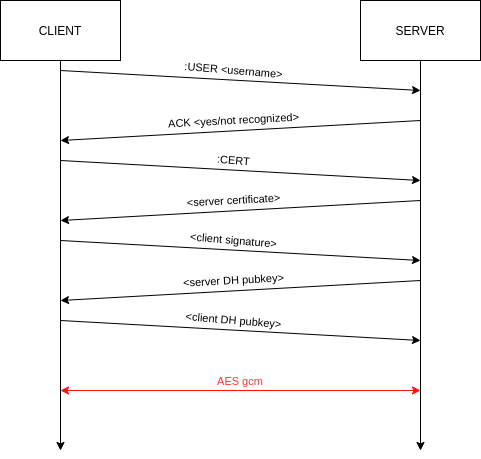
Above: pics/overview.png in matteodefra/Focproject (draw.io), before the change. Source tidied: cells renumbered, new cells last; positions are measured from the earlier drawing's top-left corner, leaving out a move shared by most shapes. Its diagram source:
```xml
<mxGraphModel background="#ffffff">
  <root>
    <mxCell id="0" />
    <mxCell id="1" parent="0" />
    <mxCell id="2" value="CLIENT" style="rounded=0;whiteSpace=wrap;html=1;" parent="1" vertex="1">
      <mxGeometry width="120" height="60" as="geometry" />
    </mxCell>
    <mxCell id="3" value="SERVER" style="rounded=0;whiteSpace=wrap;html=1;" parent="1" vertex="1">
      <mxGeometry x="360" width="120" height="60" as="geometry" />
    </mxCell>
    <mxCell id="4" style="endArrow=classic;html=1;" parent="1" edge="1">
      <mxGeometry relative="1" as="geometry">
        <mxPoint x="420" y="120" as="sourcePoint" />
        <mxPoint x="60" y="140" as="targetPoint" />
      </mxGeometry>
    </mxCell>
    <mxCell id="5" value="ACK &amp;lt;yes/not recognized&amp;gt;" style="edgeLabel;html=1;align=center;verticalAlign=middle;rotation=-3;" parent="4" vertex="1">
      <mxGeometry x="0.09" relative="1" as="geometry">
        <mxPoint x="9" y="-11" as="offset" />
      </mxGeometry>
    </mxCell>
    <mxCell id="6" style="endArrow=classic;html=1;exitX=0.5;exitY=1;exitDx=0;exitDy=0;" parent="1" edge="1">
      <mxGeometry relative="1" as="geometry">
        <mxPoint x="60" y="60" as="sourcePoint" />
        <mxPoint x="60" y="450" as="targetPoint" />
      </mxGeometry>
    </mxCell>
    <mxCell id="7" style="endArrow=classic;html=1;exitX=0.5;exitY=1;exitDx=0;exitDy=0;" parent="1" edge="1">
      <mxGeometry relative="1" as="geometry">
        <mxPoint x="420" y="60" as="sourcePoint" />
        <mxPoint x="420" y="450" as="targetPoint" />
      </mxGeometry>
    </mxCell>
    <mxCell id="8" style="endArrow=classic;html=1;strokeColor=#000000;" parent="1" edge="1">
      <mxGeometry relative="1" as="geometry">
        <mxPoint x="60" y="70" as="sourcePoint" />
        <mxPoint x="420" y="90" as="targetPoint" />
      </mxGeometry>
    </mxCell>
    <mxCell id="9" value=":USER &amp;lt;username&amp;gt;" style="edgeLabel;html=1;align=center;verticalAlign=middle;rotation=4.8;" parent="8" vertex="1">
      <mxGeometry x="-0.17" y="-1" relative="1" as="geometry">
        <mxPoint x="23" y="-10" as="offset" />
      </mxGeometry>
    </mxCell>
    <mxCell id="10" style="endArrow=classic;html=1;strokeColor=#000000;" parent="1" edge="1">
      <mxGeometry relative="1" as="geometry">
        <mxPoint x="60" y="160" as="sourcePoint" />
        <mxPoint x="420" y="180" as="targetPoint" />
      </mxGeometry>
    </mxCell>
    <mxCell id="11" value=":CERT" style="edgeLabel;html=1;align=center;verticalAlign=middle;rotation=4.8;" parent="10" vertex="1">
      <mxGeometry x="-0.17" y="-1" relative="1" as="geometry">
        <mxPoint x="23" y="-10" as="offset" />
      </mxGeometry>
    </mxCell>
    <mxCell id="12" style="endArrow=classic;html=1;" parent="1" edge="1">
      <mxGeometry relative="1" as="geometry">
        <mxPoint x="420" y="200" as="sourcePoint" />
        <mxPoint x="60" y="220" as="targetPoint" />
      </mxGeometry>
    </mxCell>
    <mxCell id="13" value="&amp;lt;server certificate&amp;gt;" style="edgeLabel;html=1;align=center;verticalAlign=middle;rotation=-3;" parent="12" vertex="1">
      <mxGeometry x="0.09" relative="1" as="geometry">
        <mxPoint x="9" y="-11" as="offset" />
      </mxGeometry>
    </mxCell>
    <mxCell id="14" style="endArrow=classic;html=1;strokeColor=#000000;" parent="1" edge="1">
      <mxGeometry relative="1" as="geometry">
        <mxPoint x="60" y="240" as="sourcePoint" />
        <mxPoint x="420" y="260" as="targetPoint" />
      </mxGeometry>
    </mxCell>
    <mxCell id="15" value="&amp;lt;client signature&amp;gt;" style="edgeLabel;html=1;align=center;verticalAlign=middle;rotation=4.8;" parent="14" vertex="1">
      <mxGeometry x="-0.17" y="-1" relative="1" as="geometry">
        <mxPoint x="23" y="-10" as="offset" />
      </mxGeometry>
    </mxCell>
    <mxCell id="16" style="endArrow=classic;html=1;" parent="1" edge="1">
      <mxGeometry relative="1" as="geometry">
        <mxPoint x="420" y="280" as="sourcePoint" />
        <mxPoint x="60" y="300" as="targetPoint" />
      </mxGeometry>
    </mxCell>
    <mxCell id="17" value="&amp;lt;server DH pubkey&amp;gt;" style="edgeLabel;html=1;align=center;verticalAlign=middle;rotation=-3;" parent="16" vertex="1">
      <mxGeometry x="0.09" relative="1" as="geometry">
        <mxPoint x="9" y="-11" as="offset" />
      </mxGeometry>
    </mxCell>
    <mxCell id="18" style="endArrow=classic;html=1;strokeColor=#000000;" parent="1" edge="1">
      <mxGeometry relative="1" as="geometry">
        <mxPoint x="60" y="320" as="sourcePoint" />
        <mxPoint x="420" y="340" as="targetPoint" />
      </mxGeometry>
    </mxCell>
    <mxCell id="19" value="&amp;lt;client DH pubkey&amp;gt;" style="edgeLabel;html=1;align=center;verticalAlign=middle;rotation=4.8;" parent="18" vertex="1">
      <mxGeometry x="-0.17" y="-1" relative="1" as="geometry">
        <mxPoint x="23" y="-10" as="offset" />
      </mxGeometry>
    </mxCell>
    <mxCell id="20" style="startArrow=classic;endArrow=classic;html=1;strokeColor=#FF120A;" parent="1" edge="1">
      <mxGeometry relative="1" as="geometry">
        <mxPoint x="60" y="390" as="sourcePoint" />
        <mxPoint x="420" y="390" as="targetPoint" />
      </mxGeometry>
    </mxCell>
    <mxCell id="21" value="AES gcm&amp;nbsp;" style="edgeLabel;html=1;align=center;verticalAlign=middle;rotation=0;fontColor=#FF3333;" parent="20" vertex="1">
      <mxGeometry x="-0.17" y="-1" relative="1" as="geometry">
        <mxPoint x="30" y="-10" as="offset" />
      </mxGeometry>
    </mxCell>
  </root>
</mxGraphModel>
```
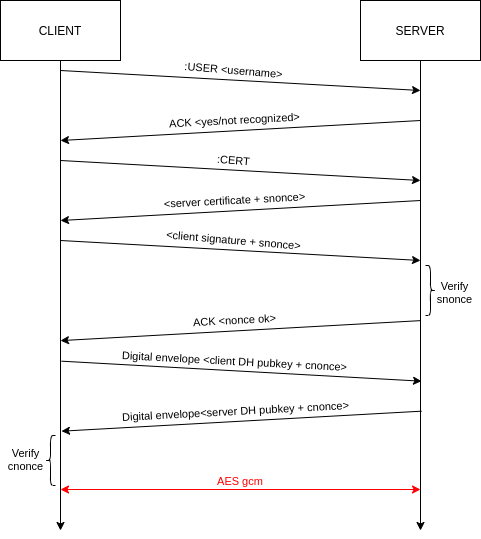
After the change.

The edit, as a diff of the source:
```diff
@@ -1,4 +1,4 @@
-<mxGraphModel background="#ffffff">
+<mxGraphModel>
   <root>
     <mxCell id="0" />
     <mxCell id="1" parent="0" />
@@ -22,16 +22,16 @@
     <mxCell id="6" style="endArrow=classic;html=1;exitX=0.5;exitY=1;exitDx=0;exitDy=0;" parent="1" edge="1">
       <mxGeometry relative="1" as="geometry">
         <mxPoint x="60" y="60" as="sourcePoint" />
-        <mxPoint x="60" y="450" as="targetPoint" />
+        <mxPoint x="60" y="530" as="targetPoint" />
       </mxGeometry>
     </mxCell>
     <mxCell id="7" style="endArrow=classic;html=1;exitX=0.5;exitY=1;exitDx=0;exitDy=0;" parent="1" edge="1">
       <mxGeometry relative="1" as="geometry">
         <mxPoint x="420" y="60" as="sourcePoint" />
-        <mxPoint x="420" y="450" as="targetPoint" />
+        <mxPoint x="420" y="530" as="targetPoint" />
       </mxGeometry>
     </mxCell>
-    <mxCell id="8" style="endArrow=classic;html=1;strokeColor=#000000;" parent="1" edge="1">
+    <mxCell id="8" style="endArrow=classic;html=1;" parent="1" edge="1">
       <mxGeometry relative="1" as="geometry">
         <mxPoint x="60" y="70" as="sourcePoint" />
         <mxPoint x="420" y="90" as="targetPoint" />
@@ -42,7 +42,7 @@
         <mxPoint x="23" y="-10" as="offset" />
       </mxGeometry>
     </mxCell>
-    <mxCell id="10" style="endArrow=classic;html=1;strokeColor=#000000;" parent="1" edge="1">
+    <mxCell id="10" style="endArrow=classic;html=1;" parent="1" edge="1">
       <mxGeometry relative="1" as="geometry">
         <mxPoint x="60" y="160" as="sourcePoint" />
         <mxPoint x="420" y="180" as="targetPoint" />
@@ -59,54 +59,81 @@
         <mxPoint x="60" y="220" as="targetPoint" />
       </mxGeometry>
     </mxCell>
-    <mxCell id="13" value="&amp;lt;server certificate&amp;gt;" style="edgeLabel;html=1;align=center;verticalAlign=middle;rotation=-3;" parent="12" vertex="1">
+    <mxCell id="13" value="&amp;lt;server certificate + snonce&amp;gt;" style="edgeLabel;html=1;align=center;verticalAlign=middle;rotation=-3;" parent="12" vertex="1">
       <mxGeometry x="0.09" relative="1" as="geometry">
         <mxPoint x="9" y="-11" as="offset" />
       </mxGeometry>
     </mxCell>
-    <mxCell id="14" style="endArrow=classic;html=1;strokeColor=#000000;" parent="1" edge="1">
+    <mxCell id="14" style="endArrow=classic;html=1;" parent="1" edge="1">
       <mxGeometry relative="1" as="geometry">
         <mxPoint x="60" y="240" as="sourcePoint" />
         <mxPoint x="420" y="260" as="targetPoint" />
       </mxGeometry>
     </mxCell>
-    <mxCell id="15" value="&amp;lt;client signature&amp;gt;" style="edgeLabel;html=1;align=center;verticalAlign=middle;rotation=4.8;" parent="14" vertex="1">
+    <mxCell id="15" value="&amp;lt;client signature + snonce&amp;gt;" style="edgeLabel;html=1;align=center;verticalAlign=middle;rotation=4.8;" parent="14" vertex="1">
       <mxGeometry x="-0.17" y="-1" relative="1" as="geometry">
         <mxPoint x="23" y="-10" as="offset" />
       </mxGeometry>
     </mxCell>
     <mxCell id="16" style="endArrow=classic;html=1;" parent="1" edge="1">
       <mxGeometry relative="1" as="geometry">
-        <mxPoint x="420" y="280" as="sourcePoint" />
-        <mxPoint x="60" y="300" as="targetPoint" />
+        <mxPoint x="420" y="320.1" as="sourcePoint" />
+        <mxPoint x="60" y="340.1" as="targetPoint" />
       </mxGeometry>
     </mxCell>
-    <mxCell id="17" value="&amp;lt;server DH pubkey&amp;gt;" style="edgeLabel;html=1;align=center;verticalAlign=middle;rotation=-3;" parent="16" vertex="1">
+    <mxCell id="17" value="ACK &amp;lt;nonce ok&amp;gt;" style="edgeLabel;html=1;align=center;verticalAlign=middle;rotation=-3;" parent="16" vertex="1">
       <mxGeometry x="0.09" relative="1" as="geometry">
         <mxPoint x="9" y="-11" as="offset" />
       </mxGeometry>
     </mxCell>
-    <mxCell id="18" style="endArrow=classic;html=1;strokeColor=#000000;" parent="1" edge="1">
+    <mxCell id="18" style="endArrow=classic;html=1;" parent="1" edge="1">
       <mxGeometry relative="1" as="geometry">
-        <mxPoint x="60" y="320" as="sourcePoint" />
-        <mxPoint x="420" y="340" as="targetPoint" />
+        <mxPoint x="61" y="360.7" as="sourcePoint" />
+        <mxPoint x="421" y="380.7" as="targetPoint" />
       </mxGeometry>
     </mxCell>
-    <mxCell id="19" value="&amp;lt;client DH pubkey&amp;gt;" style="edgeLabel;html=1;align=center;verticalAlign=middle;rotation=4.8;" parent="18" vertex="1">
+    <mxCell id="19" value="Digital envelope &amp;lt;client DH pubkey + cnonce&amp;gt;" style="edgeLabel;html=1;align=center;verticalAlign=middle;rotation=3;" parent="18" vertex="1">
       <mxGeometry x="-0.17" y="-1" relative="1" as="geometry">
         <mxPoint x="23" y="-10" as="offset" />
       </mxGeometry>
     </mxCell>
-    <mxCell id="20" style="startArrow=classic;endArrow=classic;html=1;strokeColor=#FF120A;" parent="1" edge="1">
+    <mxCell id="20" style="startArrow=classic;endArrow=classic;html=1;fontColor=#FF0000;strokeColor=#FF0000;" parent="1" edge="1">
       <mxGeometry relative="1" as="geometry">
-        <mxPoint x="60" y="390" as="sourcePoint" />
-        <mxPoint x="420" y="390" as="targetPoint" />
+        <mxPoint x="60" y="489" as="sourcePoint" />
+        <mxPoint x="420" y="489" as="targetPoint" />
       </mxGeometry>
     </mxCell>
-    <mxCell id="21" value="AES gcm&amp;nbsp;" style="edgeLabel;html=1;align=center;verticalAlign=middle;rotation=0;fontColor=#FF3333;" parent="20" vertex="1">
+    <mxCell id="21" value="AES gcm&amp;nbsp;" style="edgeLabel;html=1;align=center;verticalAlign=middle;rotation=0;fontColor=#FF0000;" parent="20" vertex="1">
       <mxGeometry x="-0.17" y="-1" relative="1" as="geometry">
         <mxPoint x="30" y="-10" as="offset" />
       </mxGeometry>
     </mxCell>
+    <mxCell id="22" style="endArrow=classic;html=1;" parent="1" edge="1">
+      <mxGeometry relative="1" as="geometry">
+        <mxPoint x="421" y="410.7" as="sourcePoint" />
+        <mxPoint x="61" y="430.7" as="targetPoint" />
+      </mxGeometry>
+    </mxCell>
+    <mxCell id="23" value="Digital envelope&amp;lt;server DH pubkey + cnonce&amp;gt;" style="edgeLabel;html=1;align=center;verticalAlign=middle;rotation=-3;" parent="22" vertex="1">
+      <mxGeometry x="0.09" relative="1" as="geometry">
+        <mxPoint x="9" y="-11" as="offset" />
+      </mxGeometry>
+    </mxCell>
+    <mxCell id="24" style="shape=curlyBracket;whiteSpace=wrap;html=1;rounded=1;flipH=1;" parent="1" vertex="1">
+      <mxGeometry x="425" y="265" width="10" height="50" as="geometry" />
+    </mxCell>
+    <mxCell id="25" value="Verify&lt;br&gt;snonce" style="edgeLabel;html=1;align=center;verticalAlign=middle;rotation=0;" parent="1" vertex="1">
+      <mxGeometry x="469" y="295" as="geometry">
+        <mxPoint x="-16" y="-4" as="offset" />
+      </mxGeometry>
+    </mxCell>
+    <mxCell id="26" style="shape=curlyBracket;whiteSpace=wrap;html=1;rounded=1;flipH=0;flipV=0;size=0.5;" parent="1" vertex="1">
+      <mxGeometry x="45" y="435" width="10" height="50" as="geometry" />
+    </mxCell>
+    <mxCell id="27" value="Verify&lt;br&gt;cnonce" style="edgeLabel;html=1;align=center;verticalAlign=middle;rotation=0;" parent="1" vertex="1">
+      <mxGeometry x="40" y="462" as="geometry">
+        <mxPoint x="-16" y="-4" as="offset" />
+      </mxGeometry>
+    </mxCell>
   </root>
 </mxGraphModel>
```
